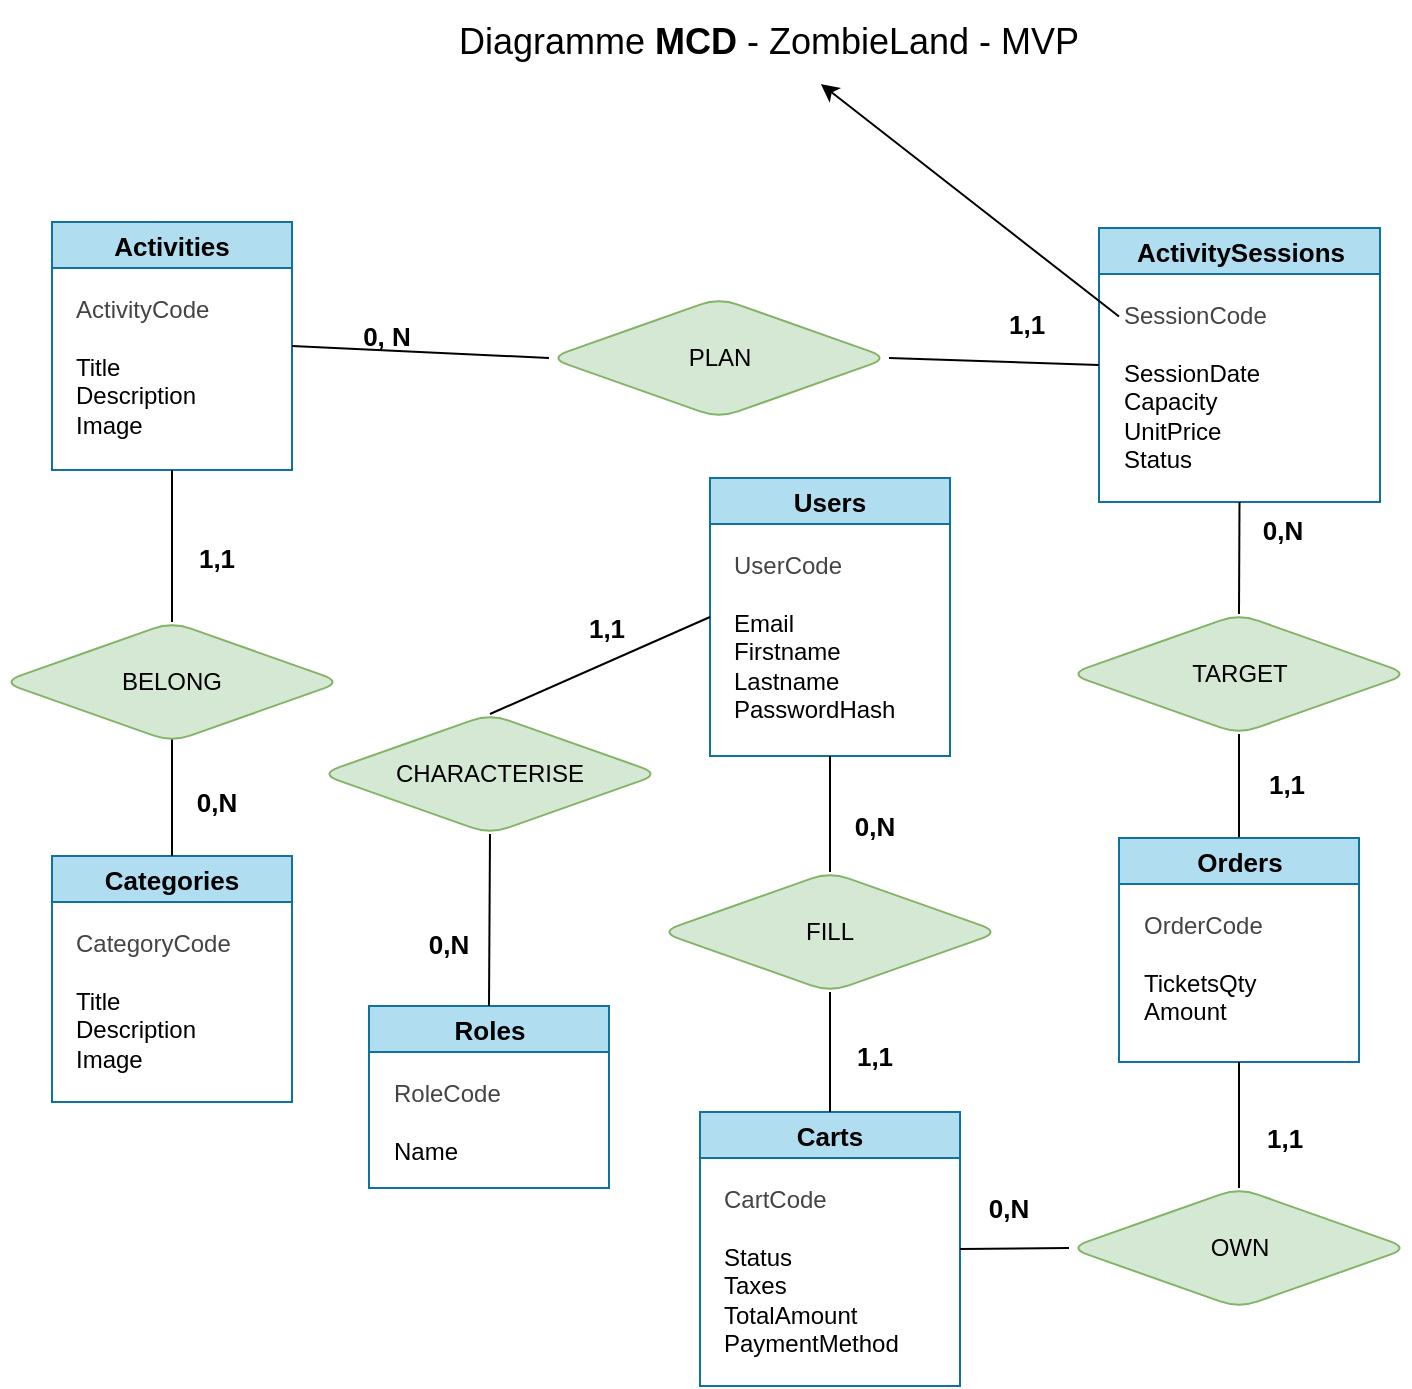
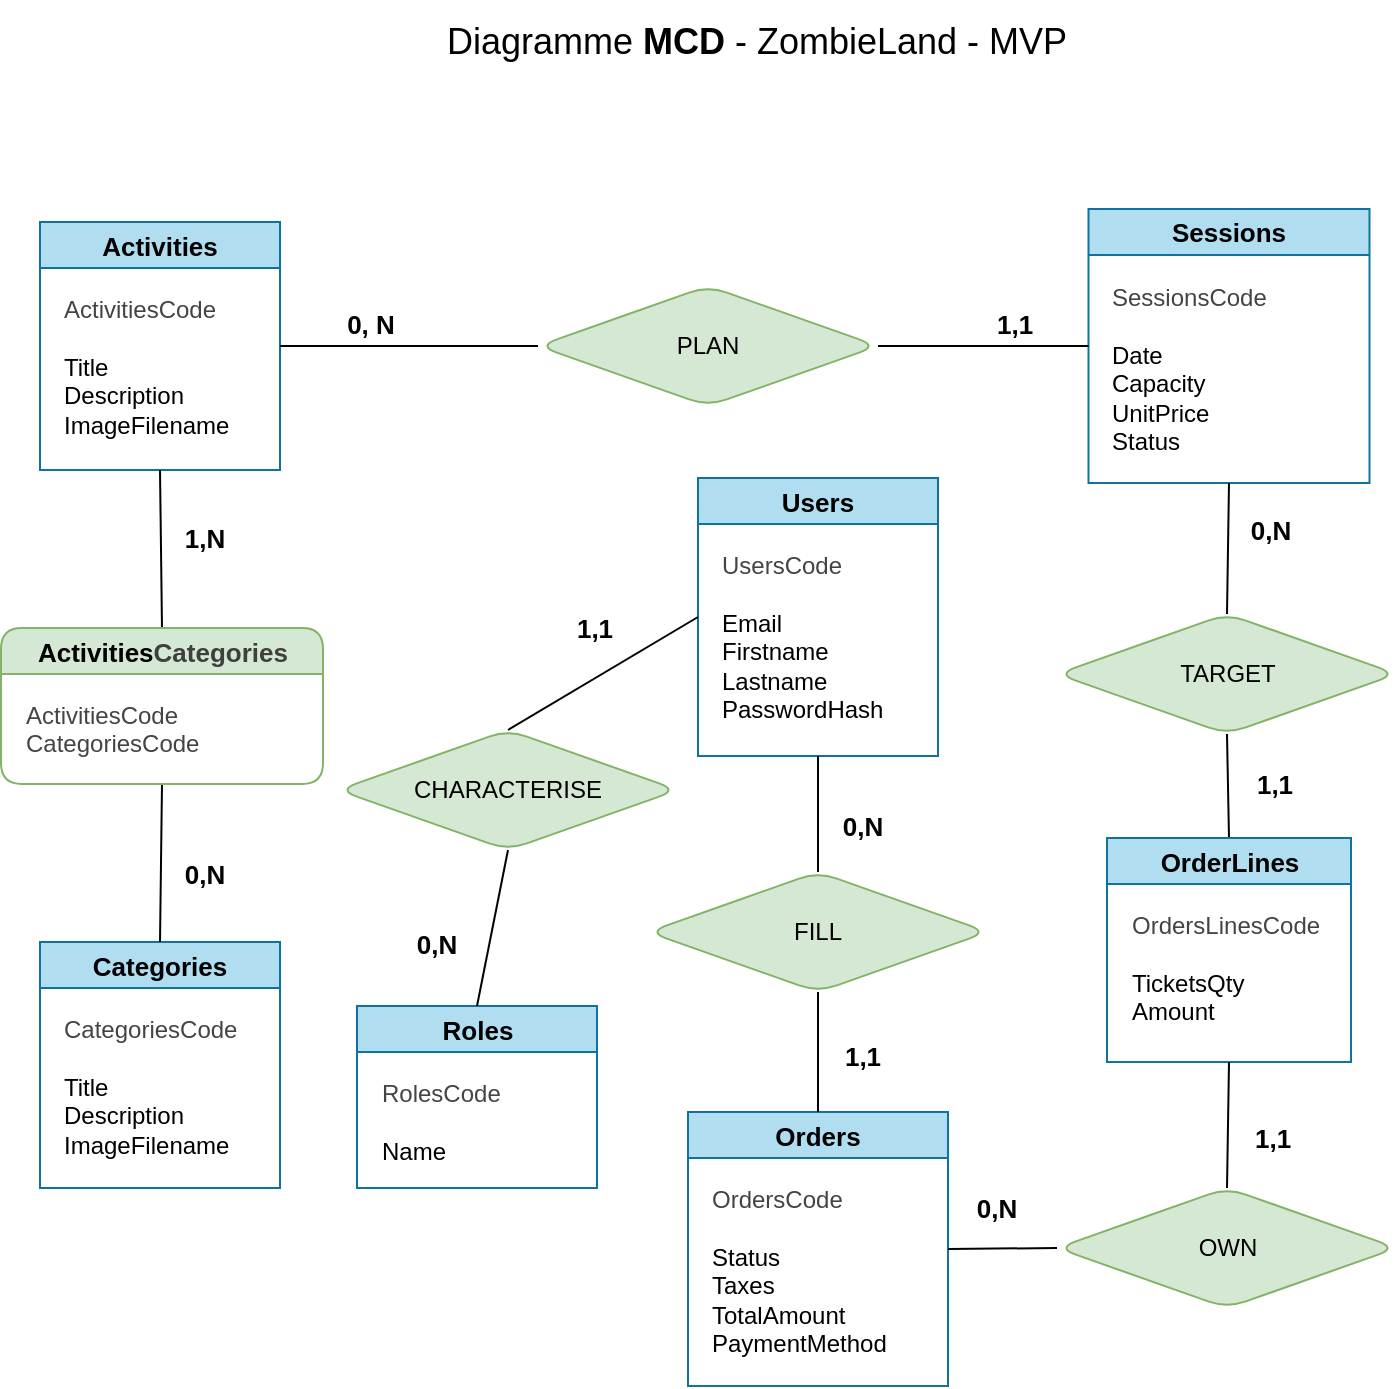
<mxfile host="65bd71144e" scale="1.2" border="20">
    <diagram id="sFbCCN8hRzaVC_Y82tKL" name="Page-1">
-         <mxGraphModel dx="1631" dy="793" grid="0" gridSize="10" guides="1" tooltips="1" connect="1" arrows="1" fold="1" page="1" pageScale="1" pageWidth="827" pageHeight="1169" background="#FFFFFF" math="0" shadow="0">
+         <mxGraphModel dx="1162" dy="922" grid="0" gridSize="10" guides="1" tooltips="1" connect="1" arrows="1" fold="1" page="1" pageScale="1" pageWidth="827" pageHeight="1169" background="#FFFFFF" math="0" shadow="0">
            <root>
                <mxCell id="0"/>
                <mxCell id="1" parent="0"/>
                <mxCell id="116" value="&lt;span style=&quot;font-weight: normal;&quot;&gt;Diagramme &lt;/span&gt;MCD &lt;span style=&quot;font-weight: normal;&quot;&gt;- ZombieLand - MVP&lt;/span&gt;" style="text;strokeColor=none;fillColor=none;html=1;fontSize=18;fontStyle=1;verticalAlign=middle;align=center;fontColor=#000000;" parent="1" vertex="1">
                    <mxGeometry x="218" y="79" width="451" height="42" as="geometry"/>
                </mxCell>
                <mxCell id="117" value="&lt;span style=&quot;text-align: left;&quot;&gt;Users&lt;/span&gt;" style="swimlane;whiteSpace=wrap;html=1;fillColor=#b1ddf0;strokeColor=#10739e;fillStyle=auto;shadow=0;swimlaneLine=1;rounded=0;fontSize=13;fontStyle=1;" parent="1" vertex="1">
                    <mxGeometry x="415" y="318" width="120" height="139" as="geometry"/>
                </mxCell>
-                 <mxCell id="118" value="&lt;span style=&quot;text-wrap-mode: wrap;&quot;&gt;&lt;font style=&quot;color: rgb(68, 68, 68);&quot;&gt;UserCode&lt;/font&gt;&lt;/span&gt;&lt;br&gt;&lt;div&gt;&lt;span style=&quot;text-wrap-mode: wrap;&quot;&gt;&lt;br&gt;&lt;/span&gt;&lt;/div&gt;&lt;div&gt;&lt;span style=&quot;text-wrap-mode: wrap;&quot;&gt;&lt;span style=&quot;scrollbar-color: rgb(226, 226, 226) rgb(251, 251, 251);&quot;&gt;Email&lt;/span&gt;&lt;/span&gt;&lt;/div&gt;&lt;div&gt;&lt;span style=&quot;text-wrap-mode: wrap;&quot;&gt;&lt;span style=&quot;scrollbar-color: rgb(226, 226, 226) rgb(251, 251, 251);&quot;&gt;Firstname&lt;/span&gt;&lt;br style=&quot;scrollbar-color: rgb(226, 226, 226) rgb(251, 251, 251);&quot;&gt;&lt;span style=&quot;scrollbar-color: rgb(226, 226, 226) rgb(251, 251, 251);&quot;&gt;Lastname&lt;/span&gt;&lt;br style=&quot;scrollbar-color: rgb(226, 226, 226) rgb(251, 251, 251);&quot;&gt;&lt;span style=&quot;scrollbar-color: rgb(226, 226, 226) rgb(251, 251, 251);&quot;&gt;PasswordHash&lt;/span&gt;&lt;/span&gt;&lt;/div&gt;" style="text;html=1;align=left;verticalAlign=top;resizable=0;points=[];autosize=1;strokeColor=none;fillColor=none;rotation=0;flipV=0;flipH=0;shadow=0;swimlaneLine=1;fontColor=#000000;" parent="117" vertex="1">
-                     <mxGeometry x="10" y="30" width="100" height="100" as="geometry"/>
+                 <mxCell id="118" value="&lt;span style=&quot;text-wrap-mode: wrap;&quot;&gt;&lt;font style=&quot;color: rgb(68, 68, 68);&quot;&gt;UsersCode&lt;/font&gt;&lt;/span&gt;&lt;br&gt;&lt;div&gt;&lt;span style=&quot;text-wrap-mode: wrap;&quot;&gt;&lt;br&gt;&lt;/span&gt;&lt;/div&gt;&lt;div&gt;&lt;span style=&quot;text-wrap-mode: wrap;&quot;&gt;&lt;span style=&quot;scrollbar-color: rgb(226, 226, 226) rgb(251, 251, 251);&quot;&gt;Email&lt;/span&gt;&lt;/span&gt;&lt;/div&gt;&lt;div&gt;&lt;span style=&quot;text-wrap-mode: wrap;&quot;&gt;&lt;span style=&quot;scrollbar-color: rgb(226, 226, 226) rgb(251, 251, 251);&quot;&gt;Firstname&lt;/span&gt;&lt;br style=&quot;scrollbar-color: rgb(226, 226, 226) rgb(251, 251, 251);&quot;&gt;&lt;span style=&quot;scrollbar-color: rgb(226, 226, 226) rgb(251, 251, 251);&quot;&gt;Lastname&lt;/span&gt;&lt;br style=&quot;scrollbar-color: rgb(226, 226, 226) rgb(251, 251, 251);&quot;&gt;&lt;span style=&quot;scrollbar-color: rgb(226, 226, 226) rgb(251, 251, 251);&quot;&gt;PasswordHash&lt;/span&gt;&lt;/span&gt;&lt;/div&gt;" style="text;html=1;align=left;verticalAlign=top;resizable=0;points=[];autosize=1;strokeColor=none;fillColor=none;rotation=0;flipV=0;flipH=0;shadow=0;swimlaneLine=1;fontColor=#000000;" parent="117" vertex="1">
+                     <mxGeometry x="10" y="30" width="99" height="98" as="geometry"/>
                </mxCell>
                <mxCell id="119" value="&lt;span style=&quot;text-align: left;&quot;&gt;Activities&lt;/span&gt;" style="swimlane;whiteSpace=wrap;html=1;fillColor=#b1ddf0;strokeColor=#10739e;fillStyle=auto;shadow=0;swimlaneLine=1;rounded=0;fontSize=13;fontStyle=1;" parent="1" vertex="1">
                    <mxGeometry x="86" y="190" width="120" height="124" as="geometry"/>
                </mxCell>
-                 <mxCell id="120" value="&lt;font style=&quot;&quot;&gt;&lt;span style=&quot;text-wrap-mode: wrap;&quot;&gt;&lt;font style=&quot;color: rgb(68, 68, 68);&quot;&gt;ActivityCode&lt;/font&gt;&lt;/span&gt;&lt;br&gt;&lt;/font&gt;&lt;div&gt;&lt;span style=&quot;text-wrap-mode: wrap;&quot;&gt;&lt;br&gt;&lt;/span&gt;&lt;/div&gt;&lt;div&gt;&lt;span style=&quot;text-wrap-mode: wrap;&quot;&gt;&lt;span style=&quot;scrollbar-color: rgb(226, 226, 226) rgb(251, 251, 251);&quot;&gt;Title&lt;/span&gt;&lt;br style=&quot;scrollbar-color: rgb(226, 226, 226) rgb(251, 251, 251);&quot;&gt;&lt;span style=&quot;scrollbar-color: rgb(226, 226, 226) rgb(251, 251, 251);&quot;&gt;Description&lt;/span&gt;&lt;/span&gt;&lt;/div&gt;&lt;div&gt;&lt;span style=&quot;text-wrap-mode: wrap;&quot;&gt;&lt;span style=&quot;scrollbar-color: rgb(226, 226, 226) rgb(251, 251, 251);&quot;&gt;Image&lt;/span&gt;&lt;/span&gt;&lt;/div&gt;" style="text;html=1;align=left;verticalAlign=top;resizable=0;points=[];autosize=1;strokeColor=none;fillColor=none;rotation=0;flipV=0;flipH=0;shadow=0;swimlaneLine=1;fontColor=#000000;" parent="119" vertex="1">
-                     <mxGeometry x="10" y="30" width="85" height="84" as="geometry"/>
+                 <mxCell id="120" value="&lt;font style=&quot;&quot;&gt;&lt;span style=&quot;text-wrap-mode: wrap;&quot;&gt;&lt;font style=&quot;color: rgb(68, 68, 68);&quot;&gt;ActivitiesCode&lt;/font&gt;&lt;/span&gt;&lt;br&gt;&lt;/font&gt;&lt;div&gt;&lt;span style=&quot;text-wrap-mode: wrap;&quot;&gt;&lt;br&gt;&lt;/span&gt;&lt;/div&gt;&lt;div&gt;&lt;span style=&quot;text-wrap-mode: wrap;&quot;&gt;&lt;span style=&quot;scrollbar-color: rgb(226, 226, 226) rgb(251, 251, 251);&quot;&gt;Title&lt;/span&gt;&lt;br style=&quot;scrollbar-color: rgb(226, 226, 226) rgb(251, 251, 251);&quot;&gt;&lt;span style=&quot;scrollbar-color: rgb(226, 226, 226) rgb(251, 251, 251);&quot;&gt;Description&lt;/span&gt;&lt;/span&gt;&lt;/div&gt;&lt;div&gt;&lt;span style=&quot;color: rgb(0, 0, 0);&quot;&gt;ImageFilename&lt;/span&gt;&lt;/div&gt;" style="text;html=1;align=left;verticalAlign=top;resizable=0;points=[];autosize=1;strokeColor=none;fillColor=none;rotation=0;flipV=0;flipH=0;shadow=0;swimlaneLine=1;fontColor=#000000;" parent="119" vertex="1">
+                     <mxGeometry x="10" y="30" width="101" height="84" as="geometry"/>
                </mxCell>
                <mxCell id="121" value="&lt;span style=&quot;text-align: left;&quot;&gt;Categories&lt;/span&gt;" style="swimlane;whiteSpace=wrap;html=1;fillColor=#b1ddf0;strokeColor=#10739e;fillStyle=auto;shadow=0;swimlaneLine=1;rounded=0;fontSize=13;fontStyle=1;" parent="1" vertex="1">
-                     <mxGeometry x="86" y="507" width="120" height="123" as="geometry"/>
+                     <mxGeometry x="86" y="550" width="120" height="123" as="geometry"/>
                </mxCell>
-                 <mxCell id="122" value="&lt;span style=&quot;text-wrap-mode: wrap;&quot;&gt;&lt;font style=&quot;color: rgb(68, 68, 68);&quot;&gt;CategoryCode&lt;/font&gt;&lt;/span&gt;&lt;br&gt;&lt;div&gt;&lt;span style=&quot;text-wrap-mode: wrap;&quot;&gt;&lt;br&gt;&lt;/span&gt;&lt;/div&gt;&lt;div&gt;&lt;span style=&quot;text-wrap-mode: wrap;&quot;&gt;&lt;span style=&quot;scrollbar-color: rgb(226, 226, 226) rgb(251, 251, 251);&quot;&gt;Title&lt;/span&gt;&lt;br style=&quot;scrollbar-color: rgb(226, 226, 226) rgb(251, 251, 251);&quot;&gt;&lt;span style=&quot;scrollbar-color: rgb(226, 226, 226) rgb(251, 251, 251);&quot;&gt;Description&lt;/span&gt;&lt;/span&gt;&lt;/div&gt;&lt;div&gt;&lt;span style=&quot;text-wrap-mode: wrap;&quot;&gt;&lt;span style=&quot;scrollbar-color: rgb(226, 226, 226) rgb(251, 251, 251);&quot;&gt;Image&lt;/span&gt;&lt;/span&gt;&lt;/div&gt;" style="text;html=1;align=left;verticalAlign=top;resizable=0;points=[];autosize=1;strokeColor=none;fillColor=none;rotation=0;flipV=0;flipH=0;shadow=0;swimlaneLine=1;fontColor=#000000;" parent="121" vertex="1">
-                     <mxGeometry x="10" y="30" width="100" height="90" as="geometry"/>
+                 <mxCell id="122" value="&lt;span style=&quot;color: rgb(68, 68, 68); text-wrap-mode: wrap;&quot;&gt;CategoriesCode&lt;/span&gt;&lt;br&gt;&lt;div&gt;&lt;span style=&quot;text-wrap-mode: wrap;&quot;&gt;&lt;br&gt;&lt;/span&gt;&lt;/div&gt;&lt;div&gt;&lt;span style=&quot;text-wrap-mode: wrap;&quot;&gt;&lt;span style=&quot;scrollbar-color: rgb(226, 226, 226) rgb(251, 251, 251);&quot;&gt;Title&lt;/span&gt;&lt;br style=&quot;scrollbar-color: rgb(226, 226, 226) rgb(251, 251, 251);&quot;&gt;&lt;span style=&quot;scrollbar-color: rgb(226, 226, 226) rgb(251, 251, 251);&quot;&gt;Description&lt;/span&gt;&lt;/span&gt;&lt;/div&gt;&lt;div&gt;&lt;span style=&quot;color: rgb(0, 0, 0);&quot;&gt;ImageFilename&lt;/span&gt;&lt;/div&gt;" style="text;html=1;align=left;verticalAlign=top;resizable=0;points=[];autosize=1;strokeColor=none;fillColor=none;rotation=0;flipV=0;flipH=0;shadow=0;swimlaneLine=1;fontColor=#000000;" parent="121" vertex="1">
+                     <mxGeometry x="10" y="30" width="105" height="84" as="geometry"/>
                </mxCell>
-                 <mxCell id="123" value="&lt;span style=&quot;text-align: left;&quot;&gt;ActivitySessions&lt;/span&gt;" style="swimlane;whiteSpace=wrap;html=1;fillColor=#b1ddf0;strokeColor=#10739e;fillStyle=auto;shadow=0;swimlaneLine=1;rounded=0;fontSize=13;fontStyle=1;" parent="1" vertex="1">
-                     <mxGeometry x="609.5" y="193" width="140.5" height="137" as="geometry"/>
+                 <mxCell id="123" value="&lt;span style=&quot;text-align: left;&quot;&gt;Sessions&lt;/span&gt;" style="swimlane;whiteSpace=wrap;html=1;fillColor=#b1ddf0;strokeColor=#10739e;fillStyle=auto;shadow=0;swimlaneLine=1;rounded=0;fontSize=13;fontStyle=1;" parent="1" vertex="1">
+                     <mxGeometry x="610.25" y="183.5" width="140.5" height="137" as="geometry"/>
                </mxCell>
-                 <mxCell id="124" value="&lt;font style=&quot;&quot;&gt;&lt;span style=&quot;text-wrap-mode: wrap;&quot;&gt;&lt;font style=&quot;color: rgb(68, 68, 68);&quot;&gt;SessionCode&lt;/font&gt;&lt;/span&gt;&lt;br&gt;&lt;/font&gt;&lt;div&gt;&lt;span style=&quot;text-wrap-mode: wrap;&quot;&gt;&lt;font style=&quot;&quot;&gt;&lt;br&gt;&lt;/font&gt;&lt;/span&gt;&lt;/div&gt;&lt;div&gt;&lt;span style=&quot;text-wrap-mode: wrap;&quot;&gt;&lt;font style=&quot;&quot;&gt;&lt;div style=&quot;&quot;&gt;SessionDate&lt;/div&gt;&lt;div style=&quot;&quot;&gt;Capacity&lt;/div&gt;&lt;div style=&quot;&quot;&gt;UnitPrice&lt;/div&gt;&lt;div style=&quot;&quot;&gt;Status&lt;/div&gt;&lt;/font&gt;&lt;/span&gt;&lt;/div&gt;" style="text;html=1;align=left;verticalAlign=top;resizable=0;points=[];autosize=1;strokeColor=none;fillColor=none;rotation=0;flipV=0;flipH=0;shadow=0;swimlaneLine=1;fontColor=#000000;" parent="123" vertex="1">
-                     <mxGeometry x="10" y="30" width="89" height="98" as="geometry"/>
+                 <mxCell id="124" value="&lt;font style=&quot;&quot;&gt;&lt;span style=&quot;text-wrap-mode: wrap;&quot;&gt;&lt;font style=&quot;color: rgb(68, 68, 68);&quot;&gt;SessionsCode&lt;/font&gt;&lt;/span&gt;&lt;br&gt;&lt;/font&gt;&lt;div&gt;&lt;span style=&quot;text-wrap-mode: wrap;&quot;&gt;&lt;font style=&quot;&quot;&gt;&lt;br&gt;&lt;/font&gt;&lt;/span&gt;&lt;/div&gt;&lt;div&gt;&lt;span style=&quot;text-wrap-mode: wrap;&quot;&gt;&lt;font style=&quot;&quot;&gt;&lt;div style=&quot;&quot;&gt;Date&lt;/div&gt;&lt;div style=&quot;&quot;&gt;Capacity&lt;/div&gt;&lt;div style=&quot;&quot;&gt;UnitPrice&lt;/div&gt;&lt;div style=&quot;&quot;&gt;Status&lt;/div&gt;&lt;/font&gt;&lt;/span&gt;&lt;/div&gt;" style="text;html=1;align=left;verticalAlign=top;resizable=0;points=[];autosize=1;strokeColor=none;fillColor=none;rotation=0;flipV=0;flipH=0;shadow=0;swimlaneLine=1;fontColor=#000000;" parent="123" vertex="1">
+                     <mxGeometry x="10" y="30" width="95" height="98" as="geometry"/>
                </mxCell>
-                 <mxCell id="125" value="&lt;span style=&quot;text-align: left;&quot;&gt;Carts&lt;/span&gt;" style="swimlane;whiteSpace=wrap;html=1;fillColor=#b1ddf0;strokeColor=#10739e;fillStyle=auto;shadow=0;swimlaneLine=1;rounded=0;fontSize=13;fontStyle=1;" parent="1" vertex="1">
+                 <mxCell id="125" value="&lt;span style=&quot;text-align: left;&quot;&gt;Orders&lt;/span&gt;" style="swimlane;whiteSpace=wrap;html=1;fillColor=#b1ddf0;strokeColor=#10739e;fillStyle=auto;shadow=0;swimlaneLine=1;rounded=0;fontSize=13;fontStyle=1;startSize=23;" parent="1" vertex="1">
                    <mxGeometry x="410" y="635" width="130" height="137" as="geometry"/>
                </mxCell>
-                 <mxCell id="126" value="&lt;span style=&quot;text-wrap-mode: wrap;&quot;&gt;&lt;font style=&quot;color: rgb(68, 68, 68);&quot;&gt;CartCode&lt;/font&gt;&lt;/span&gt;&lt;br&gt;&lt;div&gt;&lt;span style=&quot;text-wrap-mode: wrap;&quot;&gt;&lt;br&gt;Status&lt;/span&gt;&lt;/div&gt;&lt;div&gt;&lt;span style=&quot;text-wrap-mode: wrap;&quot;&gt;Taxes&lt;/span&gt;&lt;/div&gt;&lt;div&gt;&lt;span style=&quot;text-wrap-mode: wrap;&quot;&gt;&lt;font&gt;&lt;div style=&quot;&quot;&gt;TotalAmount&lt;/div&gt;&lt;div style=&quot;&quot;&gt;PaymentMethod&lt;/div&gt;&lt;/font&gt;&lt;/span&gt;&lt;/div&gt;" style="text;html=1;align=left;verticalAlign=top;resizable=0;points=[];autosize=1;strokeColor=none;fillColor=none;rotation=0;flipV=0;flipH=0;shadow=0;swimlaneLine=1;fontColor=#000000;" parent="125" vertex="1">
+                 <mxCell id="126" value="&lt;span style=&quot;text-wrap-mode: wrap;&quot;&gt;&lt;font style=&quot;color: rgb(68, 68, 68);&quot;&gt;OrdersCode&lt;/font&gt;&lt;/span&gt;&lt;br&gt;&lt;div&gt;&lt;span style=&quot;text-wrap-mode: wrap;&quot;&gt;&lt;br&gt;Status&lt;/span&gt;&lt;/div&gt;&lt;div&gt;&lt;span style=&quot;text-wrap-mode: wrap;&quot;&gt;Taxes&lt;/span&gt;&lt;/div&gt;&lt;div&gt;&lt;span style=&quot;text-wrap-mode: wrap;&quot;&gt;&lt;font&gt;&lt;div style=&quot;&quot;&gt;TotalAmount&lt;/div&gt;&lt;div style=&quot;&quot;&gt;PaymentMethod&lt;/div&gt;&lt;/font&gt;&lt;/span&gt;&lt;/div&gt;" style="text;html=1;align=left;verticalAlign=top;resizable=0;points=[];autosize=1;strokeColor=none;fillColor=none;rotation=0;flipV=0;flipH=0;shadow=0;swimlaneLine=1;fontColor=#000000;" parent="125" vertex="1">
                    <mxGeometry x="10" y="30" width="105" height="98" as="geometry"/>
                </mxCell>
-                 <mxCell id="127" value="" style="endArrow=none;html=1;entryX=0.5;entryY=0;entryDx=0;entryDy=0;exitX=0.5;exitY=1;exitDx=0;exitDy=0;shadow=0;swimlaneLine=1;fontColor=#000000;" parent="1" target="121" edge="1">
+                 <mxCell id="127" value="" style="endArrow=none;html=1;entryX=0.5;entryY=0;entryDx=0;entryDy=0;exitX=0.5;exitY=1;exitDx=0;exitDy=0;shadow=0;swimlaneLine=1;fontColor=#000000;" parent="1" source="164" target="121" edge="1">
                    <mxGeometry width="50" height="50" relative="1" as="geometry">
                        <mxPoint x="146" y="444" as="sourcePoint"/>
                        <mxPoint x="498.5" y="168" as="targetPoint"/>
                    </mxGeometry>
                </mxCell>
-                 <mxCell id="128" value="" style="endArrow=none;html=1;exitX=0.5;exitY=1;exitDx=0;exitDy=0;entryX=0.5;entryY=0;entryDx=0;entryDy=0;shadow=0;swimlaneLine=1;fontColor=#000000;" parent="1" source="119" target="152" edge="1">
+                 <mxCell id="128" value="" style="endArrow=none;html=1;exitX=0.5;exitY=1;exitDx=0;exitDy=0;entryX=0.5;entryY=0;entryDx=0;entryDy=0;shadow=0;swimlaneLine=1;fontColor=#000000;" parent="1" source="119" target="164" edge="1">
                    <mxGeometry width="50" height="50" relative="1" as="geometry">
                        <mxPoint x="155" y="328" as="sourcePoint"/>
-                         <mxPoint x="146" y="384" as="targetPoint"/>
+                         <mxPoint x="146" y="396" as="targetPoint"/>
                    </mxGeometry>
                </mxCell>
                <mxCell id="129" value="0, N" style="text;html=1;align=center;verticalAlign=middle;resizable=0;points=[];autosize=1;strokeColor=none;fillColor=none;shadow=0;swimlaneLine=1;fontSize=13;fontStyle=1;fontColor=#000000;" parent="1" vertex="1">
-                     <mxGeometry x="227.5" y="232" width="50" height="30" as="geometry"/>
+                     <mxGeometry x="225.5" y="226" width="50" height="30" as="geometry"/>
                </mxCell>
                <mxCell id="130" value="" style="endArrow=none;html=1;exitX=0;exitY=0.5;exitDx=0;exitDy=0;shadow=0;swimlaneLine=1;entryX=1;entryY=0.5;entryDx=0;entryDy=0;fontColor=#000000;" parent="1" source="151" target="119" edge="1">
                    <mxGeometry width="50" height="50" relative="1" as="geometry">
                        <mxPoint x="356.5" y="258" as="sourcePoint"/>
                        <mxPoint x="296.5" y="258" as="targetPoint"/>
                    </mxGeometry>
                </mxCell>
                <mxCell id="131" value="" style="endArrow=none;html=1;exitX=0;exitY=0.5;exitDx=0;exitDy=0;entryX=1;entryY=0.5;entryDx=0;entryDy=0;shadow=0;swimlaneLine=1;fontColor=#000000;" parent="1" source="123" target="151" edge="1">
                    <mxGeometry width="50" height="50" relative="1" as="geometry">
                        <mxPoint x="705" y="247" as="sourcePoint"/>
                        <mxPoint x="544.5" y="258" as="targetPoint"/>
                    </mxGeometry>
                </mxCell>
                <mxCell id="132" value="1,&lt;span style=&quot;background-color: transparent;&quot;&gt;1&lt;/span&gt;" style="text;html=1;align=center;verticalAlign=middle;resizable=0;points=[];autosize=1;strokeColor=none;fillColor=none;shadow=0;swimlaneLine=1;fontSize=13;fontStyle=1;fontColor=#000000;" parent="1" vertex="1">
                    <mxGeometry x="552.5" y="226" width="40" height="30" as="geometry"/>
                </mxCell>
-                 <mxCell id="133" value="1,1" style="text;html=1;align=center;verticalAlign=middle;resizable=0;points=[];autosize=1;strokeColor=none;fillColor=none;shadow=0;swimlaneLine=1;fontSize=13;fontStyle=1;fontColor=#000000;" parent="1" vertex="1">
-                     <mxGeometry x="147.5" y="343" width="40" height="30" as="geometry"/>
+                 <mxCell id="133" value="1,N" style="text;html=1;align=center;verticalAlign=middle;resizable=0;points=[];autosize=1;strokeColor=none;fillColor=none;shadow=0;swimlaneLine=1;fontSize=13;fontStyle=1;fontColor=#000000;" parent="1" vertex="1">
+                     <mxGeometry x="148.5" y="334" width="38" height="28" as="geometry"/>
                </mxCell>
                <mxCell id="134" value="0,N" style="text;html=1;align=center;verticalAlign=middle;resizable=0;points=[];autosize=1;strokeColor=none;fillColor=none;shadow=0;swimlaneLine=1;fontSize=13;fontStyle=1;fontColor=#000000;" parent="1" vertex="1">
-                     <mxGeometry x="147.5" y="465" width="40" height="30" as="geometry"/>
+                     <mxGeometry x="148.5" y="502" width="38" height="28" as="geometry"/>
                </mxCell>
                <mxCell id="135" value="" style="endArrow=none;html=1;entryX=0.5;entryY=1;entryDx=0;entryDy=0;exitX=0.5;exitY=0;exitDx=0;exitDy=0;shadow=0;swimlaneLine=1;fontColor=#000000;" parent="1" source="150" target="123" edge="1">
                    <mxGeometry width="50" height="50" relative="1" as="geometry">
                        <mxPoint x="679.5" y="378" as="sourcePoint"/>
                        <mxPoint x="878" y="318" as="targetPoint"/>
                    </mxGeometry>
                </mxCell>
                <mxCell id="136" value="" style="endArrow=none;html=1;entryX=0.5;entryY=1;entryDx=0;entryDy=0;exitX=0.5;exitY=0;exitDx=0;exitDy=0;shadow=0;swimlaneLine=1;fontColor=#000000;" parent="1" source="143" target="150" edge="1">
                    <mxGeometry width="50" height="50" relative="1" as="geometry">
                        <mxPoint x="478" y="498" as="sourcePoint"/>
                        <mxPoint x="679.5" y="428" as="targetPoint"/>
                    </mxGeometry>
                </mxCell>
                <mxCell id="138" value="1,1" style="text;html=1;align=center;verticalAlign=middle;resizable=0;points=[];autosize=1;strokeColor=none;fillColor=none;shadow=0;swimlaneLine=1;fontSize=13;fontStyle=1;fontColor=#000000;" parent="1" vertex="1">
                    <mxGeometry x="683" y="456" width="40" height="30" as="geometry"/>
                </mxCell>
                <mxCell id="139" value="" style="endArrow=none;html=1;exitX=0.5;exitY=1;exitDx=0;exitDy=0;entryX=0.5;entryY=0;entryDx=0;entryDy=0;shadow=0;swimlaneLine=1;fontColor=#000000;" parent="1" source="117" target="153" edge="1">
                    <mxGeometry width="50" height="50" relative="1" as="geometry">
                        <mxPoint x="475" y="498" as="sourcePoint"/>
                        <mxPoint x="475.5" y="518" as="targetPoint"/>
                    </mxGeometry>
                </mxCell>
                <mxCell id="140" value="" style="endArrow=none;html=1;entryX=0.5;entryY=0;entryDx=0;entryDy=0;exitX=0.5;exitY=1;exitDx=0;exitDy=0;shadow=0;swimlaneLine=1;fontColor=#000000;" parent="1" source="153" target="125" edge="1">
                    <mxGeometry width="50" height="50" relative="1" as="geometry">
                        <mxPoint x="475" y="568" as="sourcePoint"/>
                        <mxPoint x="216" y="633" as="targetPoint"/>
                    </mxGeometry>
                </mxCell>
                <mxCell id="141" value="0,N" style="text;html=1;align=center;verticalAlign=middle;resizable=0;points=[];autosize=1;strokeColor=none;fillColor=none;shadow=0;swimlaneLine=1;fontSize=13;fontStyle=1;fontColor=#000000;" parent="1" vertex="1">
                    <mxGeometry x="477" y="477" width="40" height="30" as="geometry"/>
                </mxCell>
                <mxCell id="142" value="1,&lt;span style=&quot;background-color: transparent;&quot;&gt;1&lt;/span&gt;" style="text;html=1;align=center;verticalAlign=middle;resizable=0;points=[];autosize=1;strokeColor=none;fillColor=none;shadow=0;swimlaneLine=1;fontSize=13;fontStyle=1;fontColor=#000000;" parent="1" vertex="1">
                    <mxGeometry x="682" y="633" width="40" height="30" as="geometry"/>
                </mxCell>
-                 <mxCell id="143" value="&lt;span style=&quot;text-align: left;&quot;&gt;Orders&lt;/span&gt;" style="swimlane;whiteSpace=wrap;html=1;fillColor=#b1ddf0;strokeColor=#10739e;fillStyle=auto;shadow=0;swimlaneLine=1;rounded=0;fontSize=13;fontStyle=1;startSize=23;" parent="1" vertex="1">
-                     <mxGeometry x="619.5" y="498" width="120" height="112" as="geometry">
+                 <mxCell id="143" value="&lt;span style=&quot;text-align: left;&quot;&gt;OrderLines&lt;/span&gt;" style="swimlane;whiteSpace=wrap;html=1;fillColor=#b1ddf0;strokeColor=#10739e;fillStyle=auto;shadow=0;swimlaneLine=1;rounded=0;fontSize=13;fontStyle=1;startSize=23;" parent="1" vertex="1">
+                     <mxGeometry x="619.5" y="498" width="122" height="112" as="geometry">
                        <mxRectangle x="546.5" y="439" width="88" height="26" as="alternateBounds"/>
                    </mxGeometry>
                </mxCell>
-                 <mxCell id="144" value="&lt;span style=&quot;text-wrap-mode: wrap;&quot;&gt;&lt;font style=&quot;color: rgb(68, 68, 68);&quot;&gt;OrderCode&lt;/font&gt;&lt;/span&gt;&lt;br&gt;&lt;div&gt;&lt;span style=&quot;text-wrap-mode: wrap;&quot;&gt;&lt;br&gt;&lt;/span&gt;&lt;/div&gt;&lt;div&gt;&lt;span style=&quot;text-wrap-mode: wrap;&quot;&gt;&lt;font&gt;&lt;div style=&quot;&quot;&gt;TicketsQty&lt;/div&gt;&lt;div style=&quot;&quot;&gt;Amount&lt;/div&gt;&lt;/font&gt;&lt;/span&gt;&lt;/div&gt;" style="text;html=1;align=left;verticalAlign=top;resizable=0;points=[];autosize=1;strokeColor=none;fillColor=none;rotation=0;flipV=0;flipH=0;shadow=0;swimlaneLine=1;fontColor=#000000;" parent="143" vertex="1">
-                     <mxGeometry x="10" y="30" width="77" height="70" as="geometry"/>
+                 <mxCell id="144" value="&lt;span style=&quot;text-wrap-mode: wrap;&quot;&gt;&lt;font style=&quot;color: rgb(68, 68, 68);&quot;&gt;OrdersLinesCode&lt;/font&gt;&lt;/span&gt;&lt;br&gt;&lt;div&gt;&lt;span style=&quot;text-wrap-mode: wrap;&quot;&gt;&lt;br&gt;&lt;/span&gt;&lt;/div&gt;&lt;div&gt;&lt;span style=&quot;text-wrap-mode: wrap;&quot;&gt;&lt;font&gt;&lt;div style=&quot;&quot;&gt;TicketsQty&lt;/div&gt;&lt;div style=&quot;&quot;&gt;Amount&lt;/div&gt;&lt;/font&gt;&lt;/span&gt;&lt;/div&gt;" style="text;html=1;align=left;verticalAlign=top;resizable=0;points=[];autosize=1;strokeColor=none;fillColor=none;rotation=0;flipV=0;flipH=0;shadow=0;swimlaneLine=1;fontColor=#000000;" parent="143" vertex="1">
+                     <mxGeometry x="10" y="30" width="112" height="70" as="geometry"/>
                </mxCell>
                <mxCell id="145" value="" style="endArrow=none;html=1;exitX=0;exitY=0.5;exitDx=0;exitDy=0;entryX=1;entryY=0.5;entryDx=0;entryDy=0;shadow=0;swimlaneLine=1;fontColor=#000000;" parent="1" source="149" target="125" edge="1">
                    <mxGeometry width="50" height="50" relative="1" as="geometry">
                        <mxPoint x="576.5" y="703" as="sourcePoint"/>
                        <mxPoint x="525" y="702.9999999999998" as="targetPoint"/>
                    </mxGeometry>
                </mxCell>
                <mxCell id="146" value="" style="endArrow=none;html=1;exitX=0.5;exitY=1;exitDx=0;exitDy=0;entryX=0.5;entryY=0;entryDx=0;entryDy=0;shadow=0;swimlaneLine=1;fontColor=#000000;" parent="1" source="143" target="149" edge="1">
                    <mxGeometry width="50" height="50" relative="1" as="geometry">
                        <mxPoint x="679.5" y="628" as="sourcePoint"/>
                        <mxPoint x="679.5" y="678" as="targetPoint"/>
                    </mxGeometry>
                </mxCell>
                <mxCell id="147" value="0,N" style="text;html=1;align=center;verticalAlign=middle;resizable=0;points=[];autosize=1;strokeColor=none;fillColor=none;shadow=0;swimlaneLine=1;fontSize=13;fontStyle=1;fontColor=#000000;" parent="1" vertex="1">
                    <mxGeometry x="544" y="668" width="40" height="30" as="geometry"/>
                </mxCell>
                <mxCell id="148" value="1,1" style="text;html=1;align=center;verticalAlign=middle;resizable=0;points=[];autosize=1;strokeColor=none;fillColor=none;shadow=0;swimlaneLine=1;fontSize=13;fontStyle=1;fontColor=#000000;" parent="1" vertex="1">
                    <mxGeometry x="477" y="592" width="40" height="30" as="geometry"/>
                </mxCell>
                <mxCell id="149" value="&lt;span style=&quot;text-align: left;&quot;&gt;OWN&lt;/span&gt;" style="rhombus;whiteSpace=wrap;html=1;fillColor=#d5e8d4;strokeColor=#82b366;fillStyle=auto;shadow=0;swimlaneLine=1;rounded=1;fontStyle=0" parent="1" vertex="1">
                    <mxGeometry x="594.5" y="673" width="170" height="60" as="geometry"/>
                </mxCell>
                <mxCell id="150" value="&lt;span style=&quot;text-align: left;&quot;&gt;TARGET&lt;/span&gt;" style="rhombus;whiteSpace=wrap;html=1;fillColor=#d5e8d4;strokeColor=#82b366;fillStyle=auto;rounded=1;shadow=0;swimlaneLine=1;fontStyle=0" parent="1" vertex="1">
                    <mxGeometry x="594.5" y="386" width="170" height="60" as="geometry"/>
                </mxCell>
                <mxCell id="151" value="&lt;span style=&quot;text-align: left;&quot;&gt;PLAN&lt;/span&gt;" style="rhombus;whiteSpace=wrap;html=1;fillColor=#d5e8d4;strokeColor=#82b366;fillStyle=auto;rounded=1;shadow=0;swimlaneLine=1;textShadow=0;labelBackgroundColor=none;labelBorderColor=none;fontStyle=0" parent="1" vertex="1">
-                     <mxGeometry x="334.5" y="228" width="170" height="60" as="geometry"/>
-                 </mxCell>
-                 <mxCell id="152" value="&lt;span style=&quot;text-align: left;&quot;&gt;BELONG&lt;/span&gt;" style="rhombus;whiteSpace=wrap;html=1;fillColor=#d5e8d4;strokeColor=#82b366;fillStyle=auto;shadow=0;swimlaneLine=1;rounded=1;fontStyle=0" parent="1" vertex="1">
-                     <mxGeometry x="61" y="390" width="170" height="60" as="geometry"/>
+                     <mxGeometry x="335" y="222" width="170" height="60" as="geometry"/>
                </mxCell>
                <mxCell id="153" value="&lt;span style=&quot;text-align: left;&quot;&gt;FILL&lt;/span&gt;" style="rhombus;whiteSpace=wrap;html=1;fillColor=#d5e8d4;strokeColor=#82b366;fillStyle=auto;shadow=0;swimlaneLine=1;rounded=1;fontStyle=0" parent="1" vertex="1">
                    <mxGeometry x="390" y="515" width="170" height="60" as="geometry"/>
                </mxCell>
                <mxCell id="154" value="&lt;span style=&quot;text-align: left;&quot;&gt;Roles&lt;/span&gt;" style="swimlane;whiteSpace=wrap;html=1;fillColor=#b1ddf0;strokeColor=#10739e;fillStyle=auto;shadow=0;swimlaneLine=1;rounded=0;fontSize=13;fontStyle=1;startSize=23;" parent="1" vertex="1">
                    <mxGeometry x="244.5" y="582" width="120" height="91" as="geometry">
                        <mxRectangle x="546.5" y="439" width="88" height="26" as="alternateBounds"/>
                    </mxGeometry>
                </mxCell>
-                 <mxCell id="155" value="&lt;span style=&quot;text-wrap-mode: wrap;&quot;&gt;&lt;font style=&quot;color: rgb(68, 68, 68);&quot;&gt;RoleCode&lt;/font&gt;&lt;/span&gt;&lt;br&gt;&lt;div&gt;&lt;span style=&quot;text-wrap-mode: wrap;&quot;&gt;&lt;br&gt;&lt;/span&gt;&lt;/div&gt;&lt;div&gt;&lt;span style=&quot;text-wrap-mode: wrap;&quot;&gt;&lt;font&gt;&lt;div style=&quot;&quot;&gt;Name&lt;/div&gt;&lt;/font&gt;&lt;/span&gt;&lt;/div&gt;" style="text;html=1;align=left;verticalAlign=top;resizable=0;points=[];autosize=1;strokeColor=none;fillColor=none;rotation=0;flipV=0;flipH=0;shadow=0;swimlaneLine=1;fontColor=#000000;" parent="154" vertex="1">
-                     <mxGeometry x="10" y="30" width="80" height="60" as="geometry"/>
+                 <mxCell id="155" value="&lt;span style=&quot;text-wrap-mode: wrap;&quot;&gt;&lt;font style=&quot;color: rgb(68, 68, 68);&quot;&gt;RolesCode&lt;/font&gt;&lt;/span&gt;&lt;br&gt;&lt;div&gt;&lt;span style=&quot;text-wrap-mode: wrap;&quot;&gt;&lt;br&gt;&lt;/span&gt;&lt;/div&gt;&lt;div&gt;&lt;span style=&quot;text-wrap-mode: wrap;&quot;&gt;&lt;font&gt;&lt;div style=&quot;&quot;&gt;Name&lt;/div&gt;&lt;/font&gt;&lt;/span&gt;&lt;/div&gt;" style="text;html=1;align=left;verticalAlign=top;resizable=0;points=[];autosize=1;strokeColor=none;fillColor=none;rotation=0;flipV=0;flipH=0;shadow=0;swimlaneLine=1;fontColor=#000000;" parent="154" vertex="1">
+                     <mxGeometry x="10" y="30" width="77" height="55" as="geometry"/>
                </mxCell>
                <mxCell id="157" value="0,N" style="text;html=1;align=center;verticalAlign=middle;resizable=0;points=[];autosize=1;strokeColor=none;fillColor=none;shadow=0;swimlaneLine=1;fontSize=13;fontStyle=1;fontColor=#000000;" parent="1" vertex="1">
                    <mxGeometry x="681" y="329" width="40" height="30" as="geometry"/>
                </mxCell>
                <mxCell id="158" value="" style="endArrow=none;html=1;entryX=0;entryY=0.5;entryDx=0;entryDy=0;exitX=0.5;exitY=0;exitDx=0;exitDy=0;fontColor=#000000;" parent="1" source="160" target="117" edge="1">
                    <mxGeometry width="50" height="50" relative="1" as="geometry">
                        <mxPoint x="320" y="425" as="sourcePoint"/>
                        <mxPoint x="405" y="401" as="targetPoint"/>
                    </mxGeometry>
                </mxCell>
                <mxCell id="160" value="&lt;div style=&quot;text-align: left;&quot;&gt;&lt;span style=&quot;background-color: transparent;&quot;&gt;CHARACTERISE&lt;/span&gt;&lt;/div&gt;" style="rhombus;whiteSpace=wrap;html=1;fillColor=#d5e8d4;strokeColor=#82b366;fillStyle=auto;shadow=0;swimlaneLine=1;rounded=1;fontStyle=0" parent="1" vertex="1">
-                     <mxGeometry x="220" y="436" width="170" height="60" as="geometry"/>
+                     <mxGeometry x="235" y="444" width="170" height="60" as="geometry"/>
                </mxCell>
                <mxCell id="161" value="" style="endArrow=none;html=1;entryX=0.5;entryY=1;entryDx=0;entryDy=0;exitX=0.5;exitY=0;exitDx=0;exitDy=0;fontColor=#000000;" parent="1" source="154" target="160" edge="1">
                    <mxGeometry width="50" height="50" relative="1" as="geometry">
                        <mxPoint x="410" y="615" as="sourcePoint"/>
                        <mxPoint x="460" y="565" as="targetPoint"/>
                    </mxGeometry>
                </mxCell>
                <mxCell id="162" value="1,1" style="text;html=1;align=center;verticalAlign=middle;resizable=0;points=[];autosize=1;strokeColor=none;fillColor=none;shadow=0;swimlaneLine=1;fontSize=13;fontStyle=1;fontColor=#000000;" parent="1" vertex="1">
                    <mxGeometry x="343" y="378" width="40" height="30" as="geometry"/>
                </mxCell>
                <mxCell id="163" value="0,N" style="text;html=1;align=center;verticalAlign=middle;resizable=0;points=[];autosize=1;strokeColor=none;fillColor=none;shadow=0;swimlaneLine=1;fontSize=13;fontStyle=1;fontColor=#000000;" parent="1" vertex="1">
                    <mxGeometry x="264" y="536" width="40" height="30" as="geometry"/>
                </mxCell>
-                 <mxCell id="164" value="" style="edgeStyle=none;html=1;" edge="1" parent="1" source="124" target="116">
-                     <mxGeometry relative="1" as="geometry"/>
+                 <mxCell id="164" value="&lt;span style=&quot;text-align: left;&quot;&gt;Activities&lt;/span&gt;&lt;span style=&quot;color: rgb(63, 63, 63); text-align: left;&quot;&gt;Categories&lt;/span&gt;" style="swimlane;whiteSpace=wrap;html=1;fillColor=#d5e8d4;strokeColor=#82b366;fillStyle=auto;shadow=0;swimlaneLine=1;rounded=1;fontSize=13;fontStyle=1;startSize=23;" parent="1" vertex="1">
+                     <mxGeometry x="66.5" y="393" width="161" height="78" as="geometry"/>
+                 </mxCell>
+                 <mxCell id="165" value="&lt;font style=&quot;&quot;&gt;&lt;span style=&quot;color: rgb(68, 68, 68); text-wrap-mode: wrap;&quot;&gt;ActivitiesCode&lt;/span&gt;&lt;br&gt;&lt;/font&gt;&lt;div&gt;&lt;span style=&quot;color: rgb(68, 68, 68); text-wrap-mode: wrap;&quot;&gt;CategoriesCode&lt;/span&gt;&lt;/div&gt;" style="text;html=1;align=left;verticalAlign=top;resizable=0;points=[];autosize=1;strokeColor=none;fillColor=none;rotation=0;flipV=0;flipH=0;shadow=0;swimlaneLine=1;fontColor=#000000;" parent="164" vertex="1">
+                     <mxGeometry x="10" y="30" width="105" height="41" as="geometry"/>
                </mxCell>
            </root>
        </mxGraphModel>
    </diagram>
</mxfile>